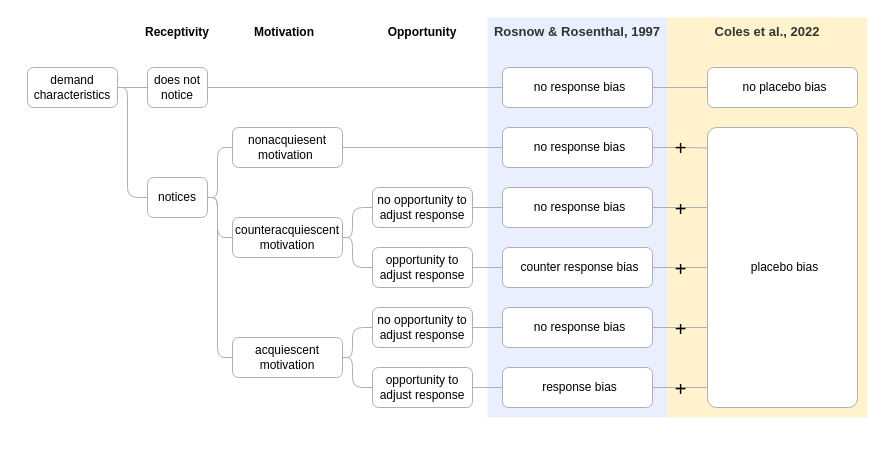
This is page "FRAMEWORK" (1 of 14) of images/metaware_figures.drawio from ColesNicholas/metaware, a draw.io file, before an edit. Source tidied: cells renumbered, new cells numbered last; positions are measured from the earlier drawing's top-left corner, leaving out a move shared by most shapes. Both pictures are drawn from the tidied source at 100%, with x=0, y=0 at pixel (17, 17).
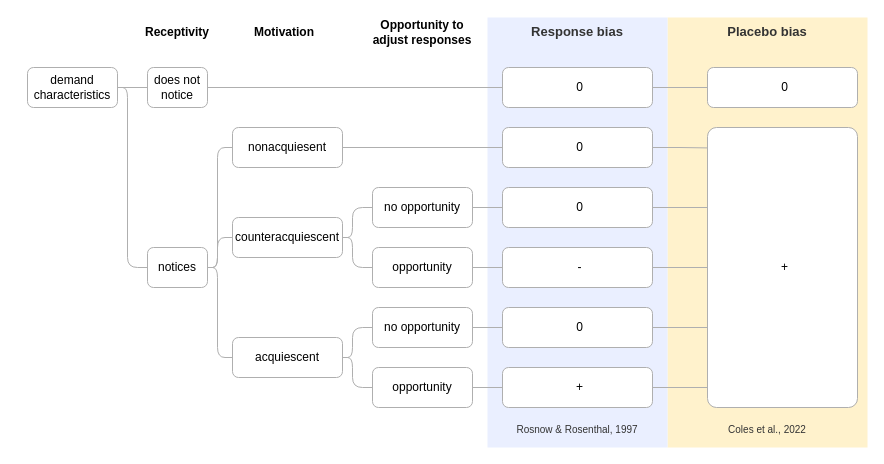
Above is the later version.

The change refers to these unchanged cells:
```xml
<mxCell id="7" value="demand characteristics" style="rounded=1;whiteSpace=wrap;html=1;strokeColor=#AFAFAF;" parent="1" vertex="1">
  <mxGeometry x="10" y="50" width="90" height="40" as="geometry" />
</mxCell>
```

Change to the diagram source:
```diff
@@
-    <mxCell id="3" value="&lt;b&gt;&lt;font style=&quot;font-size: 13px&quot;&gt;Coles et al., 2022&lt;/font&gt;&lt;/b&gt;" style="rounded=0;whiteSpace=wrap;html=1;fillColor=#FFF2CC;fontColor=#333333;strokeColor=none;verticalAlign=top;align=center;" parent="1" vertex="1">
-      <mxGeometry x="650" width="200" height="400" as="geometry" />
+    <mxCell id="3" value="&lt;b&gt;&lt;font style=&quot;font-size: 13px&quot;&gt;Placebo bias&lt;/font&gt;&lt;/b&gt;" style="rounded=0;whiteSpace=wrap;html=1;fillColor=#FFF2CC;fontColor=#333333;strokeColor=none;verticalAlign=top;align=center;" parent="1" vertex="1">
+      <mxGeometry x="650" width="200" height="430" as="geometry" />
     </mxCell>
-    <mxCell id="4" value="&lt;b&gt;&lt;font style=&quot;font-size: 13px&quot;&gt;Rosnow &amp;amp; Rosenthal, 1997&lt;/font&gt;&lt;/b&gt;" style="rounded=0;whiteSpace=wrap;html=1;fillColor=#EAEFFF;fontColor=#333333;strokeColor=none;verticalAlign=top;align=center;" parent="1" vertex="1">
-      <mxGeometry x="470" width="180" height="400" as="geometry" />
+    <mxCell id="4" value="&lt;b&gt;&lt;font style=&quot;font-size: 13px&quot;&gt;Response bias&lt;/font&gt;&lt;/b&gt;" style="rounded=0;whiteSpace=wrap;html=1;fillColor=#EAEFFF;fontColor=#333333;strokeColor=none;verticalAlign=top;align=center;" parent="1" vertex="1">
+      <mxGeometry x="470" width="180" height="430" as="geometry" />
     </mxCell>
@@
     <mxCell id="6" style="edgeStyle=orthogonalEdgeStyle;rounded=1;jettySize=auto;html=1;exitX=1;exitY=0.5;exitDx=0;exitDy=0;entryX=0;entryY=0.5;entryDx=0;entryDy=0;labelBackgroundColor=none;fontSize=20;fontColor=default;endArrow=none;endFill=0;strokeColor=#AFAFAF;align=center;" parent="1" edge="1" source="7" target="13">
       <mxGeometry relative="1" as="geometry">
         <Array as="points">
           <mxPoint x="110" y="70" />
-          <mxPoint x="110" y="180" />
+          <mxPoint x="110" y="250" />
         </Array>
       </mxGeometry>
     </mxCell>
@@
     <mxCell id="10" style="edgeStyle=orthogonalEdgeStyle;rounded=1;jettySize=auto;html=1;exitX=1;exitY=0.5;exitDx=0;exitDy=0;entryX=0;entryY=0.5;entryDx=0;entryDy=0;endArrow=none;endFill=0;strokeColor=#AFAFAF;align=center;" parent="1" edge="1" source="13" target="15">
       <mxGeometry relative="1" as="geometry">
         <Array as="points">
-          <mxPoint x="200" y="180" />
+          <mxPoint x="200" y="250" />
           <mxPoint x="200" y="130" />
         </Array>
       </mxGeometry>
     </mxCell>
     <mxCell id="11" style="edgeStyle=orthogonalEdgeStyle;rounded=1;jettySize=auto;html=1;exitX=1;exitY=0.5;exitDx=0;exitDy=0;entryX=0;entryY=0.5;entryDx=0;entryDy=0;endArrow=none;endFill=0;strokeColor=#AFAFAF;align=center;" parent="1" edge="1" source="13" target="18">
       <mxGeometry relative="1" as="geometry">
         <Array as="points">
-          <mxPoint x="200" y="180" />
+          <mxPoint x="200" y="250" />
           <mxPoint x="200" y="220" />
         </Array>
       </mxGeometry>
     </mxCell>
     <mxCell id="12" style="edgeStyle=orthogonalEdgeStyle;rounded=1;jettySize=auto;html=1;exitX=1;exitY=0.5;exitDx=0;exitDy=0;entryX=0;entryY=0.5;entryDx=0;entryDy=0;endArrow=none;endFill=0;strokeColor=#AFAFAF;align=center;" parent="1" edge="1" source="13" target="25">
       <mxGeometry relative="1" as="geometry">
         <Array as="points">
-          <mxPoint x="200" y="180" />
+          <mxPoint x="200" y="250" />
           <mxPoint x="200" y="340" />
         </Array>
       </mxGeometry>
     </mxCell>
     <mxCell id="13" value="notices" style="rounded=1;whiteSpace=wrap;html=1;strokeColor=#AFAFAF;align=center;" parent="1" vertex="1">
-      <mxGeometry x="130" y="160" width="60" height="40" as="geometry" />
+      <mxGeometry x="130" y="230" width="60" height="40" as="geometry" />
     </mxCell>
@@
-    <mxCell id="15" value="nonacquiesent motivation&amp;nbsp;" style="rounded=1;whiteSpace=wrap;html=1;strokeColor=#AFAFAF;align=center;" parent="1" vertex="1">
+    <mxCell id="15" value="nonacquiesent" style="rounded=1;whiteSpace=wrap;html=1;strokeColor=#AFAFAF;align=center;" parent="1" vertex="1">
       <mxGeometry x="215" y="110" width="110" height="40" as="geometry" />
     </mxCell>
@@
-    <mxCell id="18" value="counteracquiescent motivation" style="rounded=1;whiteSpace=wrap;html=1;strokeColor=#AFAFAF;align=center;" parent="1" vertex="1">
+    <mxCell id="18" value="counteracquiescent" style="rounded=1;whiteSpace=wrap;html=1;strokeColor=#AFAFAF;align=center;" parent="1" vertex="1">
       <mxGeometry x="215" y="200" width="110" height="40" as="geometry" />
     </mxCell>
@@
-    <mxCell id="20" value="no opportunity to adjust response" style="rounded=1;whiteSpace=wrap;html=1;strokeColor=#AFAFAF;align=center;" parent="1" vertex="1">
+    <mxCell id="20" value="no opportunity" style="rounded=1;whiteSpace=wrap;html=1;strokeColor=#AFAFAF;align=center;" parent="1" vertex="1">
       <mxGeometry x="355" y="170" width="100" height="40" as="geometry" />
     </mxCell>
@@
-    <mxCell id="22" value="opportunity to adjust response" style="rounded=1;whiteSpace=wrap;html=1;strokeColor=#AFAFAF;align=center;" parent="1" vertex="1">
+    <mxCell id="22" value="opportunity" style="rounded=1;whiteSpace=wrap;html=1;strokeColor=#AFAFAF;align=center;" parent="1" vertex="1">
       <mxGeometry x="355" y="230" width="100" height="40" as="geometry" />
     </mxCell>
@@
-    <mxCell id="25" value="acquiescent motivation" style="rounded=1;whiteSpace=wrap;html=1;strokeColor=#AFAFAF;align=center;" parent="1" vertex="1">
+    <mxCell id="25" value="acquiescent" style="rounded=1;whiteSpace=wrap;html=1;strokeColor=#AFAFAF;align=center;" parent="1" vertex="1">
       <mxGeometry x="215" y="320" width="110" height="40" as="geometry" />
     </mxCell>
-    <mxCell id="26" value="+" style="edgeStyle=orthogonalEdgeStyle;rounded=0;jettySize=auto;html=1;exitX=1;exitY=0.5;exitDx=0;exitDy=0;entryX=0.009;entryY=0.073;entryDx=0;entryDy=0;fontSize=20;endArrow=none;endFill=0;labelBackgroundColor=none;fontStyle=0;strokeColor=#AFAFAF;entryPerimeter=0;align=center;" parent="1" edge="1" source="27" target="42">
+    <mxCell id="26" style="edgeStyle=orthogonalEdgeStyle;rounded=0;jettySize=auto;html=1;exitX=1;exitY=0.5;exitDx=0;exitDy=0;entryX=0.009;entryY=0.073;entryDx=0;entryDy=0;fontSize=20;endArrow=none;endFill=0;labelBackgroundColor=none;fontStyle=0;strokeColor=#AFAFAF;entryPerimeter=0;align=center;" parent="1" edge="1" source="27" target="42">
       <mxGeometry relative="1" as="geometry" />
     </mxCell>
-    <mxCell id="27" value="&lt;span&gt;no response bias&lt;/span&gt;" style="rounded=1;whiteSpace=wrap;html=1;fontColor=#000000;spacingLeft=5;align=center;strokeColor=#AFAFAF;" parent="1" vertex="1">
+    <mxCell id="27" value="&lt;span&gt;0&lt;/span&gt;" style="rounded=1;whiteSpace=wrap;html=1;fontColor=#000000;spacingLeft=5;align=center;strokeColor=#AFAFAF;" parent="1" vertex="1">
       <mxGeometry x="485" y="110" width="150" height="40" as="geometry" />
     </mxCell>
-    <mxCell id="28" value="&lt;span style=&quot;font-size: 20px;&quot;&gt;+&lt;/span&gt;" style="edgeStyle=orthogonalEdgeStyle;rounded=0;jettySize=auto;html=1;exitX=1;exitY=0.5;exitDx=0;exitDy=0;entryX=0;entryY=0.5;entryDx=0;entryDy=0;fontSize=20;endArrow=none;endFill=0;labelBackgroundColor=none;strokeColor=#AFAFAF;fontStyle=0;align=center;" parent="1" edge="1" source="29">
+    <mxCell id="28" style="edgeStyle=orthogonalEdgeStyle;rounded=0;jettySize=auto;html=1;exitX=1;exitY=0.5;exitDx=0;exitDy=0;entryX=0;entryY=0.5;entryDx=0;entryDy=0;fontSize=20;endArrow=none;endFill=0;labelBackgroundColor=none;strokeColor=#AFAFAF;fontStyle=0;align=center;" parent="1" edge="1" source="29">
       <mxGeometry relative="1" as="geometry">
         <mxPoint x="690" y="190" as="targetPoint" />
       </mxGeometry>
     </mxCell>
-    <mxCell id="29" value="&lt;font&gt;no response bias&lt;/font&gt;" style="rounded=1;whiteSpace=wrap;html=1;fontColor=#000000;align=center;spacingLeft=5;strokeColor=#AFAFAF;" parent="1" vertex="1">
+    <mxCell id="29" value="&lt;font&gt;0&lt;/font&gt;" style="rounded=1;whiteSpace=wrap;html=1;fontColor=#000000;align=center;spacingLeft=5;strokeColor=#AFAFAF;" parent="1" vertex="1">
       <mxGeometry x="485" y="170" width="150" height="40" as="geometry" />
     </mxCell>
-    <mxCell id="30" value="+" style="edgeStyle=orthogonalEdgeStyle;rounded=0;jettySize=auto;html=1;exitX=1;exitY=0.5;exitDx=0;exitDy=0;fontSize=20;endArrow=none;endFill=0;strokeColor=#AFAFAF;fontStyle=0;labelBackgroundColor=none;align=center;" parent="1" edge="1" source="31">
+    <mxCell id="30" style="edgeStyle=orthogonalEdgeStyle;rounded=0;jettySize=auto;html=1;exitX=1;exitY=0.5;exitDx=0;exitDy=0;fontSize=20;endArrow=none;endFill=0;strokeColor=#AFAFAF;fontStyle=0;labelBackgroundColor=none;align=center;" parent="1" edge="1" source="31">
       <mxGeometry relative="1" as="geometry">
         <mxPoint x="690" y="250" as="targetPoint" />
       </mxGeometry>
     </mxCell>
-    <mxCell id="31" value="&lt;font&gt;counter response bias&lt;/font&gt;" style="rounded=1;whiteSpace=wrap;html=1;fontColor=#000000;align=center;spacingLeft=5;strokeColor=#AFAFAF;" parent="1" vertex="1">
+    <mxCell id="31" value="&lt;font&gt;-&lt;/font&gt;" style="rounded=1;whiteSpace=wrap;html=1;fontColor=#000000;align=center;spacingLeft=5;strokeColor=#AFAFAF;" parent="1" vertex="1">
       <mxGeometry x="485" y="230" width="150" height="40" as="geometry" />
     </mxCell>
@@
-    <mxCell id="33" value="no response bias" style="rounded=1;whiteSpace=wrap;html=1;fontColor=#000000;align=center;spacingLeft=5;strokeColor=#AFAFAF;" parent="1" vertex="1">
+    <mxCell id="33" value="0" style="rounded=1;whiteSpace=wrap;html=1;fontColor=#000000;align=center;spacingLeft=5;strokeColor=#AFAFAF;" parent="1" vertex="1">
       <mxGeometry x="485" y="50" width="150" height="40" as="geometry" />
     </mxCell>
@@
-    <mxCell id="35" value="no opportunity to adjust response" style="rounded=1;whiteSpace=wrap;html=1;strokeColor=#AFAFAF;align=center;" parent="1" vertex="1">
+    <mxCell id="35" value="no opportunity" style="rounded=1;whiteSpace=wrap;html=1;strokeColor=#AFAFAF;align=center;" parent="1" vertex="1">
       <mxGeometry x="355" y="290" width="100" height="40" as="geometry" />
     </mxCell>
@@
-    <mxCell id="37" value="opportunity to adjust response" style="rounded=1;whiteSpace=wrap;html=1;strokeColor=#AFAFAF;align=center;" parent="1" vertex="1">
+    <mxCell id="37" value="opportunity" style="rounded=1;whiteSpace=wrap;html=1;strokeColor=#AFAFAF;align=center;" parent="1" vertex="1">
       <mxGeometry x="355" y="350" width="100" height="40" as="geometry" />
     </mxCell>
-    <mxCell id="38" value="&lt;span&gt;&lt;font style=&quot;font-size: 20px&quot;&gt;+&lt;/font&gt;&lt;/span&gt;" style="edgeStyle=orthogonalEdgeStyle;rounded=0;jettySize=auto;html=1;exitX=1;exitY=0.5;exitDx=0;exitDy=0;entryX=0;entryY=0.5;entryDx=0;entryDy=0;fontSize=13;endArrow=none;endFill=0;strokeColor=#AFAFAF;labelBackgroundColor=none;fontStyle=0;align=center;" parent="1" edge="1" source="39">
+    <mxCell id="38" style="edgeStyle=orthogonalEdgeStyle;rounded=0;jettySize=auto;html=1;exitX=1;exitY=0.5;exitDx=0;exitDy=0;entryX=0;entryY=0.5;entryDx=0;entryDy=0;fontSize=13;endArrow=none;endFill=0;strokeColor=#AFAFAF;labelBackgroundColor=none;fontStyle=0;align=center;" parent="1" edge="1" source="39">
       <mxGeometry relative="1" as="geometry">
         <mxPoint x="690" y="310" as="targetPoint" />
       </mxGeometry>
     </mxCell>
-    <mxCell id="39" value="&lt;font&gt;no response bias&lt;/font&gt;" style="rounded=1;whiteSpace=wrap;html=1;fontColor=#000000;align=center;spacingLeft=5;strokeColor=#AFAFAF;" parent="1" vertex="1">
+    <mxCell id="39" value="&lt;font&gt;0&lt;/font&gt;" style="rounded=1;whiteSpace=wrap;html=1;fontColor=#000000;align=center;spacingLeft=5;strokeColor=#AFAFAF;" parent="1" vertex="1">
       <mxGeometry x="485" y="290" width="150" height="40" as="geometry" />
     </mxCell>
-    <mxCell id="40" value="&lt;span&gt;&lt;font style=&quot;font-size: 20px&quot;&gt;+&lt;/font&gt;&lt;/span&gt;" style="edgeStyle=orthogonalEdgeStyle;rounded=0;jettySize=auto;html=1;exitX=1;exitY=0.5;exitDx=0;exitDy=0;entryX=0;entryY=0.5;entryDx=0;entryDy=0;fontSize=13;endArrow=none;endFill=0;strokeColor=#AFAFAF;labelBackgroundColor=none;fontStyle=0;align=center;" parent="1" edge="1" source="41">
+    <mxCell id="40" style="edgeStyle=orthogonalEdgeStyle;rounded=0;jettySize=auto;html=1;exitX=1;exitY=0.5;exitDx=0;exitDy=0;entryX=0;entryY=0.5;entryDx=0;entryDy=0;fontSize=13;endArrow=none;endFill=0;strokeColor=#AFAFAF;labelBackgroundColor=none;fontStyle=0;align=center;" parent="1" edge="1" source="41">
       <mxGeometry relative="1" as="geometry">
         <mxPoint x="690" y="370" as="targetPoint" />
       </mxGeometry>
     </mxCell>
-    <mxCell id="41" value="&lt;font&gt;response bias&lt;/font&gt;" style="rounded=1;whiteSpace=wrap;html=1;fontColor=#000000;align=center;spacingLeft=5;strokeColor=#AFAFAF;" parent="1" vertex="1">
+    <mxCell id="41" value="&lt;font&gt;+&lt;/font&gt;" style="rounded=1;whiteSpace=wrap;html=1;fontColor=#000000;align=center;spacingLeft=5;strokeColor=#AFAFAF;" parent="1" vertex="1">
       <mxGeometry x="485" y="350" width="150" height="40" as="geometry" />
     </mxCell>
-    <mxCell id="42" value="&lt;font&gt;placebo bias&lt;br&gt;&lt;/font&gt;" style="rounded=1;whiteSpace=wrap;html=1;fontColor=#000000;spacingLeft=5;align=center;strokeColor=#AFAFAF;arcSize=6;" parent="1" vertex="1">
+    <mxCell id="42" value="&lt;font&gt;+&lt;br&gt;&lt;/font&gt;" style="rounded=1;whiteSpace=wrap;html=1;fontColor=#000000;spacingLeft=5;align=center;strokeColor=#AFAFAF;arcSize=6;" parent="1" vertex="1">
       <mxGeometry x="690" y="110" width="150" height="280" as="geometry" />
     </mxCell>
-    <mxCell id="43" value="no placebo bias" style="rounded=1;whiteSpace=wrap;html=1;fontColor=#000000;align=center;spacingLeft=5;strokeColor=#AFAFAF;" parent="1" vertex="1">
+    <mxCell id="43" value="0" style="rounded=1;whiteSpace=wrap;html=1;fontColor=#000000;align=center;spacingLeft=5;strokeColor=#AFAFAF;" parent="1" vertex="1">
       <mxGeometry x="690" y="50" width="150" height="40" as="geometry" />
     </mxCell>
@@
-    <mxCell id="46" value="&lt;b&gt;Opportunity&lt;/b&gt;" style="text;html=1;strokeColor=none;fillColor=none;align=center;verticalAlign=middle;whiteSpace=wrap;rounded=0;" parent="1" vertex="1">
+    <mxCell id="46" value="&lt;b&gt;Opportunity to adjust responses&lt;/b&gt;" style="text;html=1;strokeColor=none;fillColor=none;align=center;verticalAlign=middle;whiteSpace=wrap;rounded=0;" parent="1" vertex="1">
       <mxGeometry x="345" width="120" height="30" as="geometry" />
     </mxCell>
+    <mxCell id="47" value="&lt;span style=&quot;color: rgb(51, 51, 51); font-family: Helvetica; font-size: 10px; font-style: normal; font-variant-ligatures: normal; font-variant-caps: normal; letter-spacing: normal; orphans: 2; text-indent: 0px; text-transform: none; widows: 2; word-spacing: 0px; -webkit-text-stroke-width: 0px; text-decoration-thickness: initial; text-decoration-style: initial; text-decoration-color: initial;&quot;&gt;&lt;font style=&quot;font-size: 10px;&quot;&gt;Rosnow &amp;amp; Rosenthal, 1997&lt;/font&gt;&lt;/span&gt;" style="text;whiteSpace=wrap;html=1;align=center;fillColor=none;fontStyle=0;fontSize=10;" parent="1" vertex="1">
+      <mxGeometry x="470" y="400" width="180" height="30" as="geometry" />
+    </mxCell>
+    <mxCell id="48" value="&lt;span style=&quot;color: rgb(51, 51, 51); font-family: Helvetica; font-size: 10px; font-style: normal; font-variant-ligatures: normal; font-variant-caps: normal; letter-spacing: normal; orphans: 2; text-indent: 0px; text-transform: none; widows: 2; word-spacing: 0px; -webkit-text-stroke-width: 0px; text-decoration-thickness: initial; text-decoration-style: initial; text-decoration-color: initial;&quot;&gt;&lt;font style=&quot;font-size: 10px;&quot;&gt;Coles et al., 2022&lt;/font&gt;&lt;/span&gt;" style="text;whiteSpace=wrap;html=1;align=center;fillColor=none;fontStyle=0;fontSize=10;" parent="1" vertex="1">
+      <mxGeometry x="650" y="400" width="200" height="30" as="geometry" />
+    </mxCell>
```
